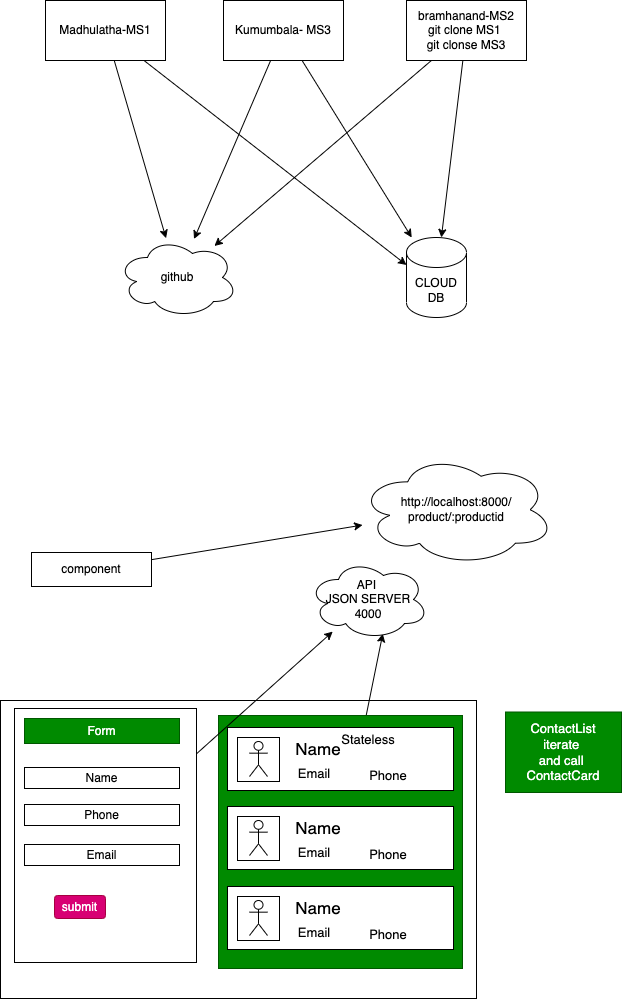
adithnaveen/2022-sapient-react-node-graphql keeps this draw.io diagram as images/day11.drawio.png. Above is the earlier version. Source tidied: cells renumbered, new cells last; positions are measured from the earlier drawing's top-left corner, leaving out a move shared by most shapes.
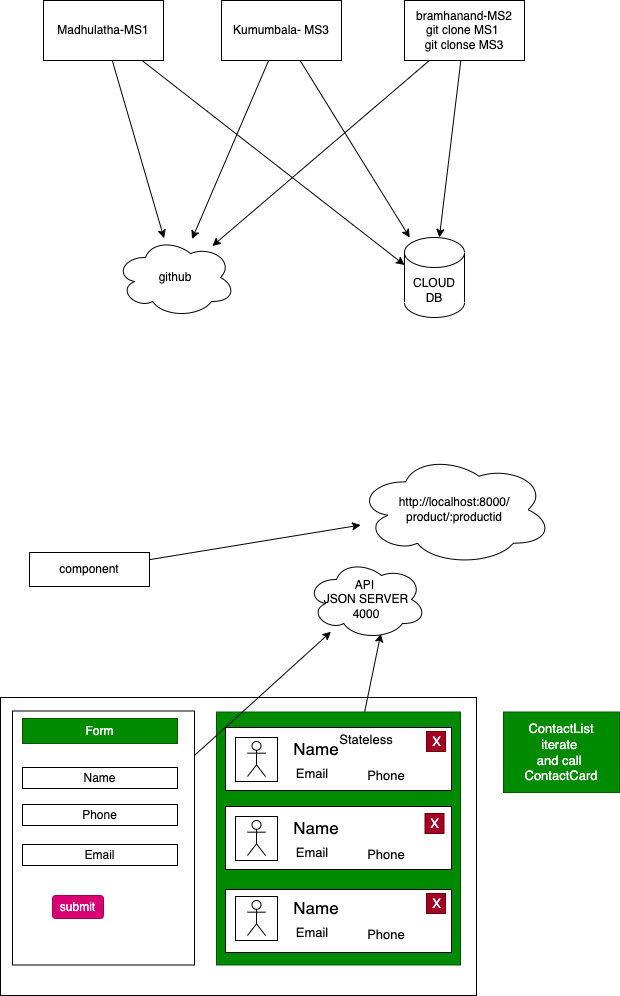
After the commit.

Change to the diagram source:
```diff
@@ -3,13 +3,13 @@
     <mxCell id="0" />
     <mxCell id="1" parent="0" />
     <mxCell id="2" style="rounded=0;whiteSpace=wrap;html=1;" parent="1" vertex="1">
-      <mxGeometry y="700" width="476" height="298" as="geometry" />
+      <mxGeometry x="2" y="697" width="476" height="298" as="geometry" />
     </mxCell>
     <mxCell id="3" style="edgeStyle=none;html=1;entryX=0.619;entryY=0.928;entryDx=0;entryDy=0;entryPerimeter=0;fontSize=13;" parent="1" edge="1" source="4" target="26">
       <mxGeometry relative="1" as="geometry" />
     </mxCell>
     <mxCell id="4" style="rounded=0;whiteSpace=wrap;html=1;fontSize=13;fillColor=#008a00;fontColor=#ffffff;strokeColor=#005700;" parent="1" vertex="1">
-      <mxGeometry x="218" y="715" width="244" height="253" as="geometry" />
+      <mxGeometry x="218" y="711.5" width="244" height="253" as="geometry" />
     </mxCell>
     <mxCell id="5" style="edgeStyle=none;html=1;" parent="1" edge="1" source="7" target="14">
       <mxGeometry relative="1" as="geometry" />
@@ -57,7 +57,7 @@
       <mxGeometry relative="1" as="geometry" />
     </mxCell>
     <mxCell id="20" style="rounded=0;whiteSpace=wrap;html=1;" parent="1" vertex="1">
-      <mxGeometry x="14" y="708" width="182" height="254" as="geometry" />
+      <mxGeometry x="14" y="710.5" width="182" height="254" as="geometry" />
     </mxCell>
     <mxCell id="21" value="Form" style="rounded=0;whiteSpace=wrap;html=1;fillColor=#008a00;fontColor=#ffffff;strokeColor=#005700;" parent="1" vertex="1">
       <mxGeometry x="24" y="718" width="155" height="25" as="geometry" />
@@ -114,7 +114,7 @@
       <mxGeometry x="358.3" y="839" width="60" height="30" as="geometry" />
     </mxCell>
     <mxCell id="39" style="rounded=0;whiteSpace=wrap;html=1;" parent="1" vertex="1">
-      <mxGeometry x="227" y="886" width="226" height="63" as="geometry" />
+      <mxGeometry x="227" y="889" width="226" height="63" as="geometry" />
     </mxCell>
     <mxCell id="40" style="rounded=0;whiteSpace=wrap;html=1;" parent="1" vertex="1">
       <mxGeometry x="237" y="896" width="42" height="44" as="geometry" />
@@ -137,5 +137,14 @@
     <mxCell id="46" value="Stateless" style="text;html=1;strokeColor=none;fillColor=none;align=center;verticalAlign=middle;whiteSpace=wrap;rounded=0;fontSize=13;" parent="1" vertex="1">
       <mxGeometry x="338" y="724" width="60" height="30" as="geometry" />
     </mxCell>
+    <mxCell id="47" value="X" style="text;html=1;align=center;verticalAlign=middle;strokeColor=#6F0000;fillColor=#a20025;fontSize=13;fontColor=#ffffff;" parent="1" vertex="1">
+      <mxGeometry x="428" y="731" width="19" height="20" as="geometry" />
+    </mxCell>
+    <mxCell id="48" value="X" style="text;html=1;align=center;verticalAlign=middle;strokeColor=#6F0000;fillColor=#a20025;fontSize=13;fontColor=#ffffff;" parent="1" vertex="1">
+      <mxGeometry x="426.5" y="813" width="19" height="20" as="geometry" />
+    </mxCell>
+    <mxCell id="49" value="X" style="text;html=1;align=center;verticalAlign=middle;strokeColor=#6F0000;fillColor=#a20025;fontSize=13;fontColor=#ffffff;" parent="1" vertex="1">
+      <mxGeometry x="428" y="893" width="19" height="20" as="geometry" />
+    </mxCell>
   </root>
 </mxGraphModel>
```
